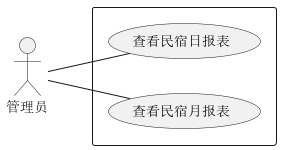
Earlier version of the PlantUML export src/main/resources/puml图片/用例/报表.png (will-liao/homestay).
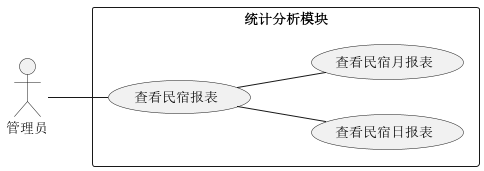
Later version of the same file.

Change to the diagram source:
```diff
@@ -2,8 +2,9 @@
 left to right direction
 skinparam packageStyle rectangle
 actor 管理员
-rectangle {
-  管理员 -- (查看民宿日报表)
-  管理员 -- (查看民宿月报表)
+rectangle 统计分析模块{
+  管理员 -- (查看民宿报表)
+  (查看民宿报表) -- (查看民宿日报表)
+  (查看民宿报表) -- (查看民宿月报表)
 }
 @enduml
```
